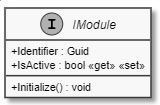
This is documents/sd/resources/Classes/Common/Shared/Modules/IModule.png from insightmind/MORR, a PlantUML export, as it was before one commit. Its source is kept beside it as documents/sd/plantuml/application/Common/Shared/Modules/IModule.puml. The source it was exported from:
```plantuml
@startuml
skinparam monochrome true
skinparam classAttributeIconSize 0
!startsub default
interface IModule {
    + Identifier : Guid
    + IsActive : bool <<get>> <<set>>
    + Initialize() : void
}
!endsub
@enduml
```
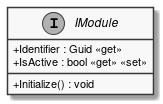
After the change.

Commit message:
added get identifier again (got lost when resolving merge conflict)

Diff of the diagram source:
```diff
@@ -3,7 +3,7 @@
 skinparam classAttributeIconSize 0
 !startsub default
 interface IModule {
-    + Identifier : Guid
+    + Identifier : Guid <<get>>
     + IsActive : bool <<get>> <<set>>
     + Initialize() : void
 }
```
